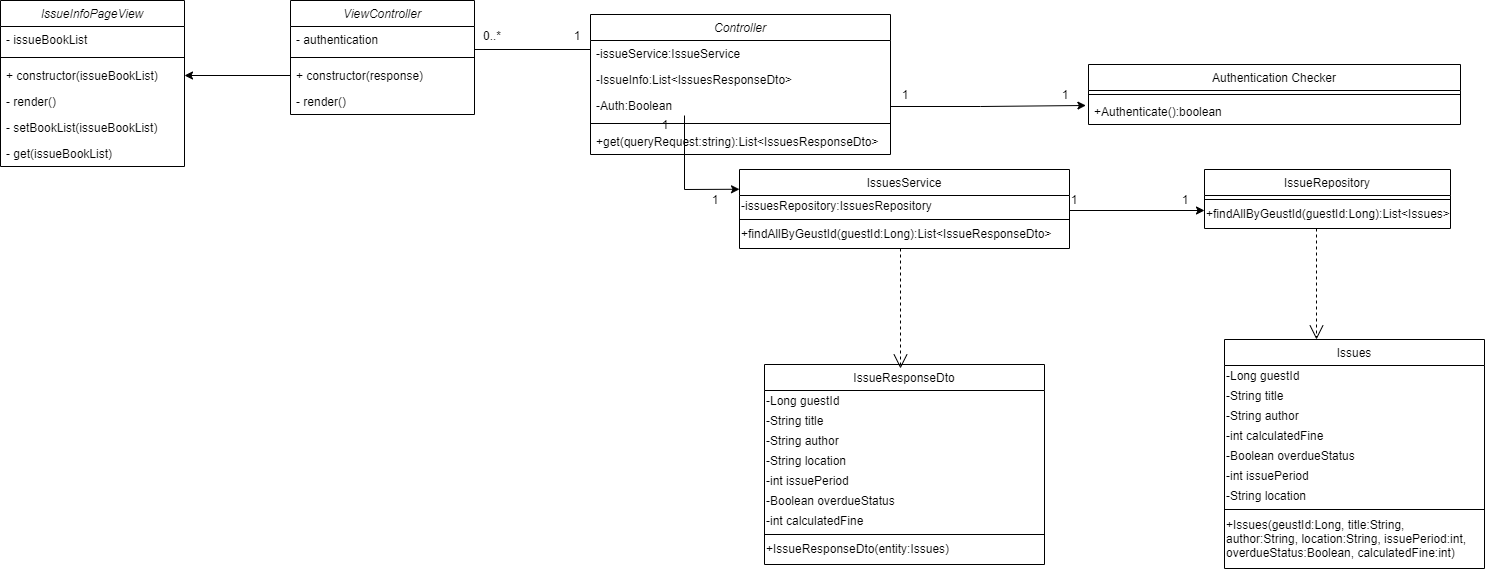
The draw.io diagram docs/ClassDiagram/diagram_images/CD-UC-10.png in youngkwon02/Enhanced-library-management, before a commit. Source tidied: cells renumbered, new cells last; positions are measured from the earlier drawing's top-left corner, leaving out a move shared by most shapes.
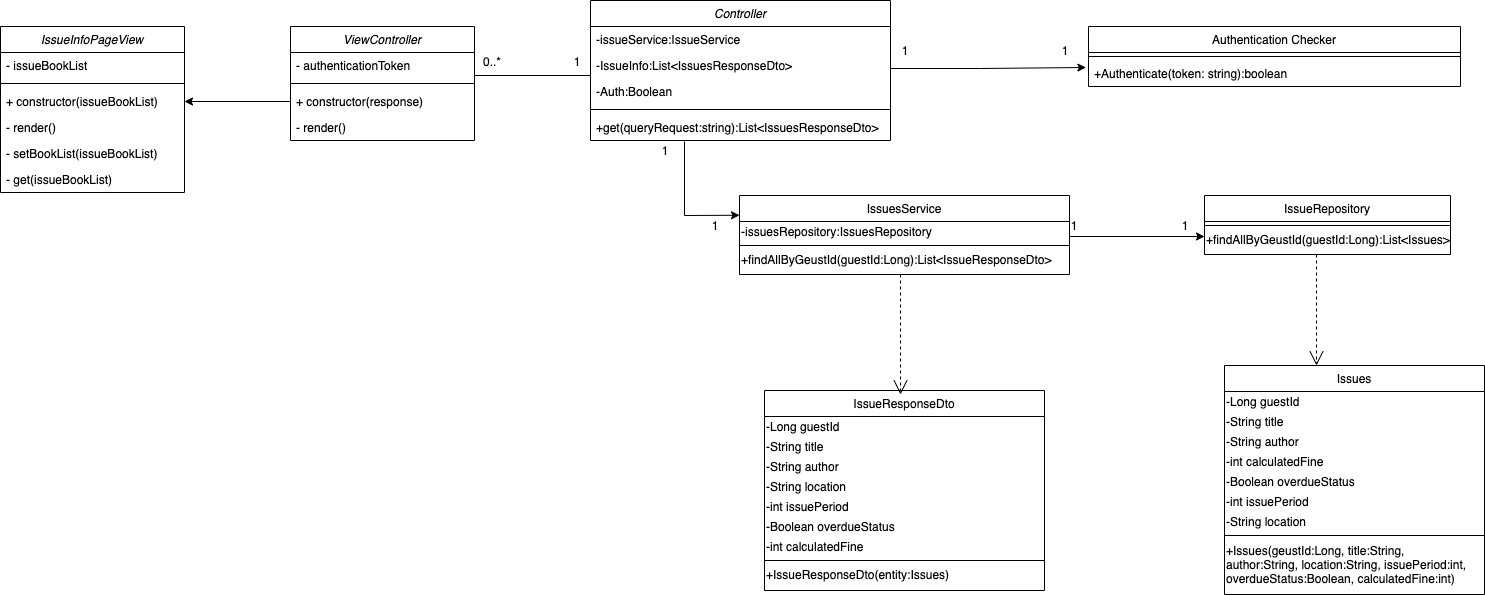
The same diagram one commit later.

Change to the diagram source:
```diff
@@ -3,7 +3,7 @@
     <mxCell id="0" />
     <mxCell id="1" parent="0" />
     <mxCell id="2" value="Controller" style="swimlane;fontStyle=2;align=center;verticalAlign=top;horizontal=1;startSize=26;rounded=0;shadow=0;strokeWidth=1;" parent="1" vertex="1">
-      <mxGeometry x="590" y="14" width="300" height="140" as="geometry" />
+      <mxGeometry x="590" y="-26" width="300" height="140" as="geometry" />
     </mxCell>
     <mxCell id="3" value="-issueService:IssueService&#10;" style="text;align=left;verticalAlign=top;spacingLeft=4;spacingRight=4;overflow=hidden;" parent="2" vertex="1">
       <mxGeometry y="26" width="300" height="26" as="geometry" />
@@ -152,7 +152,7 @@
     <mxCell id="46" value="ViewController" style="swimlane;fontStyle=2;align=center;verticalAlign=top;horizontal=1;startSize=26;rounded=0;shadow=0;strokeWidth=1;" parent="1" vertex="1">
       <mxGeometry x="290" width="184" height="114" as="geometry" />
     </mxCell>
-    <mxCell id="47" value="- authentication" style="text;align=left;verticalAlign=top;spacingLeft=4;spacingRight=4;overflow=hidden;" parent="46" vertex="1">
+    <mxCell id="47" value="- authenticationToken" style="text;align=left;verticalAlign=top;spacingLeft=4;spacingRight=4;overflow=hidden;" parent="46" vertex="1">
       <mxGeometry y="26" width="184" height="26" as="geometry" />
     </mxCell>
     <mxCell id="48" style="line;html=1;strokeWidth=1;align=left;verticalAlign=middle;spacingTop=-1;spacingLeft=3;spacingRight=3;labelPosition=right;" parent="46" vertex="1">
@@ -189,27 +189,27 @@
       <mxGeometry relative="1" as="geometry" />
     </mxCell>
     <mxCell id="59" value="Authentication Checker" style="swimlane;fontStyle=0;align=center;verticalAlign=top;horizontal=1;startSize=26;rounded=0;shadow=0;strokeWidth=1;" parent="1" vertex="1">
-      <mxGeometry x="1088" y="64" width="372" height="60" as="geometry" />
+      <mxGeometry x="1088" width="372" height="60" as="geometry" />
     </mxCell>
     <mxCell id="60" style="line;html=1;strokeWidth=1;align=left;verticalAlign=middle;spacingTop=-1;spacingLeft=3;spacingRight=3;labelPosition=right;" parent="59" vertex="1">
       <mxGeometry y="26" width="372" height="8" as="geometry" />
     </mxCell>
-    <mxCell id="61" value="+Authenticate():boolean" style="text;align=left;verticalAlign=top;spacingLeft=4;spacingRight=4;overflow=hidden;points=[[0,0.5],[1,0.5]];portConstraint=eastwest;" parent="59" vertex="1">
+    <mxCell id="61" value="+Authenticate(token: string):boolean" style="text;align=left;verticalAlign=top;spacingLeft=4;spacingRight=4;overflow=hidden;points=[[0,0.5],[1,0.5]];portConstraint=eastwest;" parent="59" vertex="1">
       <mxGeometry y="34" width="372" height="26" as="geometry" />
     </mxCell>
     <mxCell id="62" style="endArrow=classic;html=1;rounded=0;entryX=-0.007;entryY=0.269;entryDx=0;entryDy=0;entryPerimeter=0;" parent="1" edge="1" target="61">
       <mxGeometry relative="1" as="geometry">
-        <mxPoint x="890" y="106" as="sourcePoint" />
+        <mxPoint x="890" y="42" as="sourcePoint" />
         <Array as="points">
-          <mxPoint x="980" y="106" />
+          <mxPoint x="980" y="42" />
         </Array>
       </mxGeometry>
     </mxCell>
     <mxCell id="63" value="1" style="text;html=1;strokeColor=none;fillColor=none;align=center;verticalAlign=middle;whiteSpace=wrap;rounded=0;" parent="1" vertex="1">
-      <mxGeometry x="890" y="84" width="30" height="20" as="geometry" />
+      <mxGeometry x="890" y="14" width="30" height="20" as="geometry" />
     </mxCell>
     <mxCell id="64" value="1" style="text;html=1;strokeColor=none;fillColor=none;align=center;verticalAlign=middle;whiteSpace=wrap;rounded=0;" parent="1" vertex="1">
-      <mxGeometry x="1050" y="84" width="30" height="20" as="geometry" />
+      <mxGeometry x="1050" y="14" width="30" height="20" as="geometry" />
     </mxCell>
   </root>
 </mxGraphModel>
```
